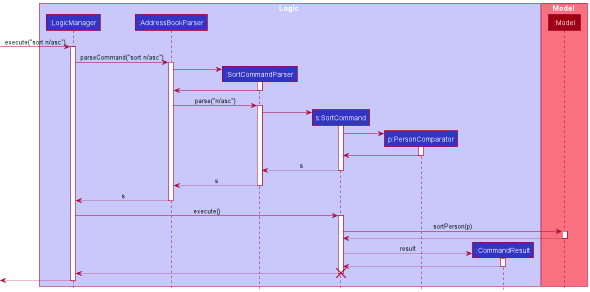
Earlier version of the PlantUML export docs/images/SortSequenceDiagram.png (nus-cs2103-AY2122S2/tp). Source of this version:
```plantuml
@startuml
!include style.puml

box Logic LOGIC_COLOR_T1
participant ":LogicManager" as LogicManager LOGIC_COLOR
participant ":AddressBookParser" as AddressBookParser LOGIC_COLOR
participant ":SortCommandParser" as SortCommandParser LOGIC_COLOR
participant "s:SortCommand" as SortCommand LOGIC_COLOR
participant "p:PersonComparator" as PersonComparator LOGIC_COLOR
participant ":CommandResult" as CommandResult LOGIC_COLOR
end box

box Model MODEL_COLOR_T1
participant ":Model" as Model MODEL_COLOR
end box

[-> LogicManager : execute("sort n/asc")
activate LogicManager

LogicManager -> AddressBookParser : parseCommand("sort n/asc")
activate AddressBookParser

create SortCommandParser
AddressBookParser -> SortCommandParser
activate SortCommandParser

SortCommandParser -> AddressBookParser
deactivate SortCommandParser

AddressBookParser -> SortCommandParser : parse("n/asc")
activate SortCommandParser

create SortCommand
SortCommandParser -> SortCommand
activate SortCommand

create PersonComparator
SortCommand -> PersonComparator
activate PersonComparator

PersonComparator -> SortCommand
deactivate PersonComparator

SortCommand --> SortCommandParser: s
deactivate SortCommand

SortCommandParser --> AddressBookParser: s
deactivate SortCommandParser

AddressBookParser --> LogicManager : s
deactivate AddressBookParser

LogicManager -> SortCommand : execute()
activate SortCommand

SortCommand -> Model : sortPerson(p)
activate Model

Model --> SortCommand
deactivate Model

create CommandResult
SortCommand --> CommandResult : result
activate CommandResult

CommandResult --> SortCommand
deactivate CommandResult

SortCommand --> LogicManager
deactivate SortCommand
destroy SortCommand
[<--LogicManager
deactivate LogicManager
@enduml
```
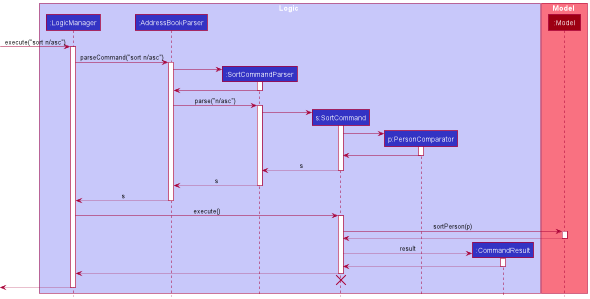
After the commit.

Commit message:
Change position of cross

The edit, as a diff of the source:
```diff
@@ -68,7 +68,10 @@
 
 SortCommand --> LogicManager
 deactivate SortCommand
+
+SortCommand -[hidden]-> LogicManager
 destroy SortCommand
+
 [<--LogicManager
 deactivate LogicManager
 @enduml
```
